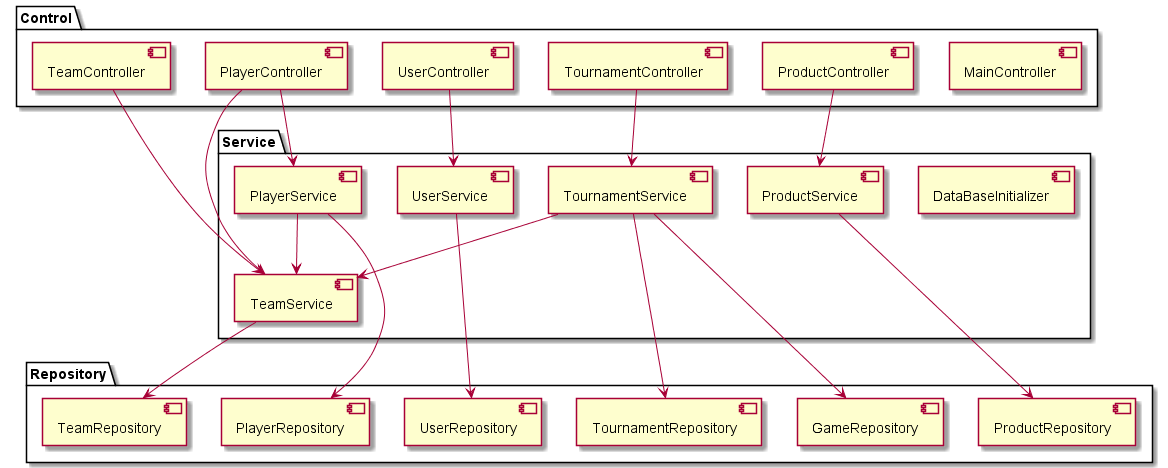
AlejandroOrejudo2000/esports-events-app keeps this PlantUML diagram as documentation/diagramas/components.png. Above is the earlier version. Its source is kept beside it as documentation/components.plantuml. The source it was exported from:
```plantuml
@startuml components
package "Control"{
    component MainController as mainctrl
    component PlayerController as playerctrl
    component ProductController as prodctrl
    component TeamController as teamctrl
    component TournamentController as tourctrl
    component UserController as userctrl
}

package "Service"{
    component DataBaseInitializer as dbserv
    component PlayerService as playerserv
    component ProductService as prodserv
    component TeamService as teamserv
    component TournamentService as tourserv
    component UserService as userserv
}

package "Repository"{
    component GameRepository as gamerep
    component PlayerRepository as playerrep
    component ProductRepository as prodrep
    component TeamRepository as teamrep
    component TournamentRepository as tourrep
    component UserRepository as userrep
}

playerctrl --> playerserv
playerctrl --> teamserv
teamctrl --> teamserv
prodctrl --> prodserv
tourctrl --> tourserv
userctrl --> userserv

playerserv --> playerrep
playerserv --> teamserv
prodserv --> prodrep
teamserv --> teamrep
tourserv --> tourrep
tourserv--> gamerep
tourserv --> teamserv
userserv --> userrep


@enduml
```
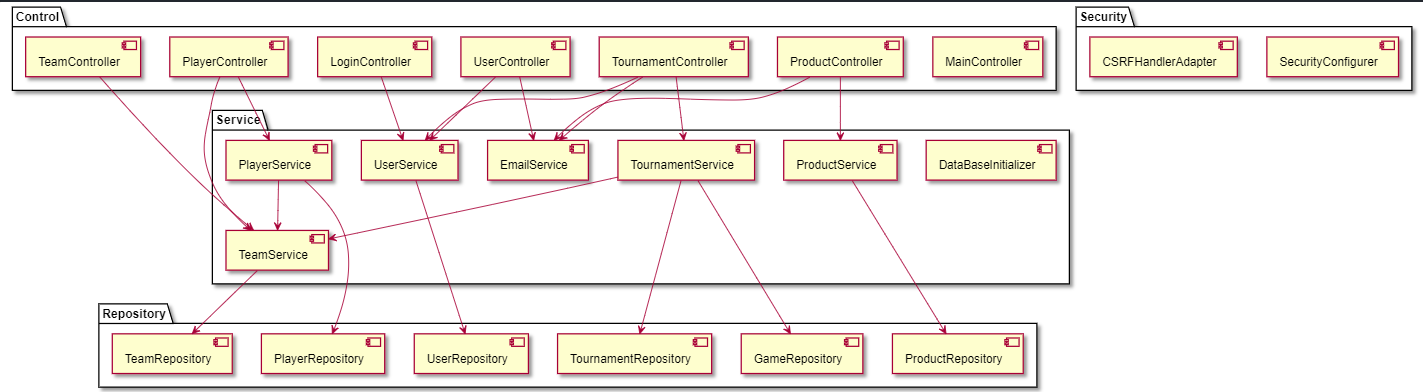
Above is the later version.

What changed in the source:
```diff
@@ -6,6 +6,7 @@
     component TeamController as teamctrl
     component TournamentController as tourctrl
     component UserController as userctrl
+    component LoginController as logctrl
 }
 
 package "Service"{
@@ -15,6 +16,7 @@
     component TeamService as teamserv
     component TournamentService as tourserv
     component UserService as userserv
+    component EmailService as emailserv
 }
 
 package "Repository"{
@@ -26,12 +28,22 @@
     component UserRepository as userrep
 }
 
+package "Security"{
+    component SecurityConfigurer as Securitycomponent
+    component CSRFHandlerAdapter as csrf
+}
+
 playerctrl --> playerserv
 playerctrl --> teamserv
 teamctrl --> teamserv
 prodctrl --> prodserv
+prodctrl --> emailserv
 tourctrl --> tourserv
+tourctrl --> emailserv
+tourctrl --> userserv
 userctrl --> userserv
+userctrl --> emailserv
+logctrl --> userserv
 
 playerserv --> playerrep
 playerserv --> teamserv
@@ -40,6 +52,7 @@
 tourserv --> tourrep
 tourserv--> gamerep
 tourserv --> teamserv
+
 userserv --> userrep
 
 
```
